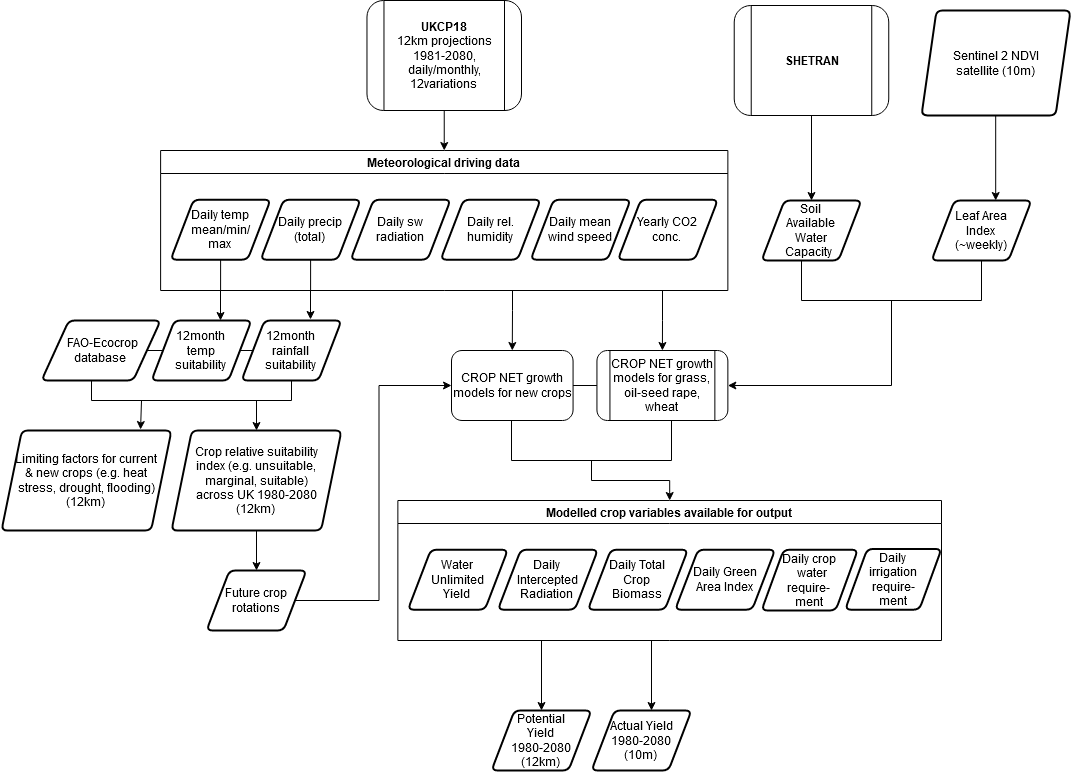
This is cropnet/cropnet.png from OpenCLIM/workflow-diagrams, a draw.io export, as it was before one commit. Source tidied: cells renumbered, new cells last; positions are measured from the earlier drawing's top-left corner, leaving out a move shared by most shapes. Source of this version:
```xml
<mxGraphModel>
  <root>
    <mxCell id="0" />
    <mxCell id="1" parent="0" />
    <mxCell id="2" style="edgeStyle=orthogonalEdgeStyle;rounded=0;jettySize=auto;html=1;entryX=0.5;entryY=0;entryDx=0;entryDy=0;" parent="1" edge="1" source="3" target="10">
      <mxGeometry relative="1" as="geometry">
        <Array as="points">
          <mxPoint x="511" y="310" />
          <mxPoint x="511" y="310" />
        </Array>
      </mxGeometry>
    </mxCell>
    <mxCell id="3" value="Meteorological driving data" style="swimlane;" parent="1" vertex="1">
      <mxGeometry x="159.1" y="150" width="567.3" height="140" as="geometry" />
    </mxCell>
    <mxCell id="4" value="&lt;div&gt;Daily precip&lt;/div&gt;&lt;div&gt;(total)&lt;br&gt;&lt;/div&gt;" style="shape=parallelogram;html=1;strokeWidth=2;perimeter=parallelogramPerimeter;whiteSpace=wrap;rounded=1;arcSize=12;size=0.23;" parent="3" vertex="1">
      <mxGeometry x="100" y="49.2" width="100" height="60" as="geometry" />
    </mxCell>
    <mxCell id="5" value="&lt;div&gt;Daily temp&lt;/div&gt;&lt;div&gt;mean/min/&lt;/div&gt;&lt;div&gt;max&lt;br&gt;&lt;/div&gt;" style="shape=parallelogram;html=1;strokeWidth=2;perimeter=parallelogramPerimeter;whiteSpace=wrap;rounded=1;arcSize=12;size=0.23;" parent="3" vertex="1">
      <mxGeometry x="10" y="49.2" width="100" height="60" as="geometry" />
    </mxCell>
    <mxCell id="6" value="&lt;div&gt;Daily sw&lt;/div&gt;&lt;div&gt;radiation&lt;br&gt;&lt;/div&gt;" style="shape=parallelogram;html=1;strokeWidth=2;perimeter=parallelogramPerimeter;whiteSpace=wrap;rounded=1;arcSize=12;size=0.23;" parent="3" vertex="1">
      <mxGeometry x="190" y="49.2" width="100" height="60" as="geometry" />
    </mxCell>
    <mxCell id="7" value="&lt;div&gt;Daily rel.&lt;/div&gt;&lt;div&gt;humidity&lt;br&gt;&lt;/div&gt;" style="shape=parallelogram;html=1;strokeWidth=2;perimeter=parallelogramPerimeter;whiteSpace=wrap;rounded=1;arcSize=12;size=0.23;" parent="3" vertex="1">
      <mxGeometry x="280" y="49.2" width="100" height="60" as="geometry" />
    </mxCell>
    <mxCell id="8" value="&lt;div&gt;Daily mean&lt;/div&gt;&lt;div&gt;wind speed&lt;br&gt;&lt;/div&gt;" style="shape=parallelogram;html=1;strokeWidth=2;perimeter=parallelogramPerimeter;whiteSpace=wrap;rounded=1;arcSize=12;size=0.23;" parent="3" vertex="1">
      <mxGeometry x="370" y="49.2" width="100" height="60" as="geometry" />
    </mxCell>
    <mxCell id="9" value="&lt;div&gt;Yearly CO2&lt;/div&gt;&lt;div&gt;conc.&lt;br&gt;&lt;/div&gt;" style="shape=parallelogram;html=1;strokeWidth=2;perimeter=parallelogramPerimeter;whiteSpace=wrap;rounded=1;arcSize=12;size=0.23;" parent="3" vertex="1">
      <mxGeometry x="457.3" y="49.2" width="100" height="60" as="geometry" />
    </mxCell>
    <mxCell id="10" value="CROP NET growth models for new crops" style="rounded=1;whiteSpace=wrap;html=1;fontSize=12;glass=0;strokeWidth=1;shadow=0;" parent="1" vertex="1">
      <mxGeometry x="450" y="350" width="121.6" height="70" as="geometry" />
    </mxCell>
    <mxCell id="11" style="edgeStyle=orthogonalEdgeStyle;rounded=0;jettySize=auto;html=1;exitX=0.5;exitY=1;exitDx=0;exitDy=0;entryX=0.5;entryY=0;entryDx=0;entryDy=0;" parent="1" edge="1" source="12" target="3">
      <mxGeometry relative="1" as="geometry" />
    </mxCell>
    <mxCell id="12" value="&lt;div&gt;&lt;b&gt;UKCP18&lt;/b&gt;&lt;/div&gt;&lt;div&gt;12km projections 1981-2080, daily/monthly, 12variations&lt;br&gt;&lt;/div&gt;" style="shape=process;whiteSpace=wrap;html=1;backgroundOutline=1;shadow=0;fontFamily=Helvetica;fontSize=12;fontColor=#000000;align=center;strokeColor=#000000;strokeWidth=1;fillColor=#ffffff;rounded=1;" parent="1" vertex="1">
      <mxGeometry x="365.5" width="154.5" height="110" as="geometry" />
    </mxCell>
    <mxCell id="13" value="&lt;div&gt;12month &lt;br&gt;&lt;/div&gt;&lt;div&gt;temp&lt;/div&gt;&lt;div&gt;suitability&lt;br&gt;&lt;/div&gt;" style="shape=parallelogram;html=1;strokeWidth=2;perimeter=parallelogramPerimeter;whiteSpace=wrap;rounded=1;arcSize=12;size=0.23;" parent="1" vertex="1">
      <mxGeometry x="150" y="320" width="100" height="60" as="geometry" />
    </mxCell>
    <mxCell id="14" value="&lt;div&gt;12month &lt;br&gt;&lt;/div&gt;&lt;div&gt;rainfall&lt;/div&gt;&lt;div&gt;suitability&lt;br&gt;&lt;/div&gt;" style="shape=parallelogram;html=1;strokeWidth=2;perimeter=parallelogramPerimeter;whiteSpace=wrap;rounded=1;arcSize=12;size=0.23;" parent="1" vertex="1">
      <mxGeometry x="240" y="320" width="100" height="60" as="geometry" />
    </mxCell>
    <mxCell id="15" style="edgeStyle=orthogonalEdgeStyle;rounded=0;jettySize=auto;html=1;exitX=0.5;exitY=1;exitDx=0;exitDy=0;entryX=0.69;entryY=0;entryDx=0;entryDy=0;entryPerimeter=0;" parent="1" edge="1" source="5" target="13">
      <mxGeometry relative="1" as="geometry" />
    </mxCell>
    <mxCell id="16" style="edgeStyle=orthogonalEdgeStyle;rounded=0;jettySize=auto;html=1;exitX=0.5;exitY=1;exitDx=0;exitDy=0;entryX=0.69;entryY=-0.017;entryDx=0;entryDy=0;entryPerimeter=0;" parent="1" edge="1" source="4" target="14">
      <mxGeometry relative="1" as="geometry" />
    </mxCell>
    <mxCell id="17" style="edgeStyle=orthogonalEdgeStyle;rounded=0;jettySize=auto;html=1;exitX=0.5;exitY=1;exitDx=0;exitDy=0;entryX=0.5;entryY=0;entryDx=0;entryDy=0;" parent="1" edge="1" source="50" target="21">
      <mxGeometry relative="1" as="geometry" />
    </mxCell>
    <mxCell id="18" value="&lt;div&gt;Limiting factors for current&lt;/div&gt;&lt;div&gt;&amp;amp; new crops (e.g. heat&lt;/div&gt;&lt;div&gt;stress, drought, flooding)&lt;/div&gt;&lt;div&gt;(12km)&lt;br&gt;&lt;/div&gt;" style="shape=parallelogram;html=1;strokeWidth=2;perimeter=parallelogramPerimeter;whiteSpace=wrap;rounded=1;arcSize=12;size=0.12;" parent="1" vertex="1">
      <mxGeometry y="430" width="170" height="100" as="geometry" />
    </mxCell>
    <mxCell id="19" value="&lt;div&gt;&amp;nbsp;FAO-Ecocrop&lt;/div&gt;&lt;div&gt;database&lt;br&gt;&lt;/div&gt;" style="shape=parallelogram;html=1;strokeWidth=2;perimeter=parallelogramPerimeter;whiteSpace=wrap;rounded=1;arcSize=12;size=0.23;" parent="1" vertex="1">
      <mxGeometry x="40" y="320" width="119.1" height="60" as="geometry" />
    </mxCell>
    <mxCell id="20" style="edgeStyle=orthogonalEdgeStyle;rounded=0;jettySize=auto;html=1;exitX=1;exitY=0.5;exitDx=0;exitDy=0;entryX=0;entryY=0.5;entryDx=0;entryDy=0;" parent="1" edge="1" source="21" target="10">
      <mxGeometry relative="1" as="geometry" />
    </mxCell>
    <mxCell id="21" value="&lt;div&gt;Future crop&lt;/div&gt;&lt;div&gt;rotations&lt;br&gt;&lt;/div&gt;" style="shape=parallelogram;html=1;strokeWidth=2;perimeter=parallelogramPerimeter;whiteSpace=wrap;rounded=1;arcSize=12;size=0.23;" parent="1" vertex="1">
      <mxGeometry x="205" y="570" width="100" height="60" as="geometry" />
    </mxCell>
    <mxCell id="22" style="endArrow=none;html=1;entryX=0;entryY=0.5;entryDx=0;entryDy=0;" parent="1" edge="1" source="19" target="13">
      <mxGeometry relative="1" as="geometry" />
    </mxCell>
    <mxCell id="23" style="endArrow=none;html=1;entryX=0;entryY=0.5;entryDx=0;entryDy=0;exitX=1;exitY=0.5;exitDx=0;exitDy=0;" parent="1" edge="1" source="13" target="14">
      <mxGeometry relative="1" as="geometry" />
    </mxCell>
    <mxCell id="24" style="edgeStyle=orthogonalEdgeStyle;rounded=0;jettySize=auto;html=1;exitX=0.83;exitY=1;exitDx=0;exitDy=0;entryX=0.5;entryY=0;entryDx=0;entryDy=0;exitPerimeter=0;" parent="1" edge="1" source="26" target="50">
      <mxGeometry relative="1" as="geometry">
        <Array as="points">
          <mxPoint x="255" y="400" />
        </Array>
      </mxGeometry>
    </mxCell>
    <mxCell id="25" style="edgeStyle=orthogonalEdgeStyle;rounded=0;jettySize=auto;html=1;exitX=0.25;exitY=1;exitDx=0;exitDy=0;entryX=0.818;entryY=-0.01;entryDx=0;entryDy=0;entryPerimeter=0;" parent="1" edge="1" source="26" target="18">
      <mxGeometry relative="1" as="geometry" />
    </mxCell>
    <mxCell id="26" style="shape=partialRectangle;whiteSpace=wrap;html=1;bottom=1;right=1;left=1;top=0;fillColor=none;routingCenterX=-0.5;" parent="1" vertex="1">
      <mxGeometry x="90" y="380" width="200" height="20" as="geometry" />
    </mxCell>
    <mxCell id="27" value="CROP NET growth models for grass, oil-seed rape, wheat" style="shape=process;whiteSpace=wrap;html=1;backgroundOutline=1;shadow=0;fontFamily=Helvetica;fontSize=12;fontColor=#000000;align=center;strokeColor=#000000;strokeWidth=1;fillColor=#ffffff;rounded=1;" parent="1" vertex="1">
      <mxGeometry x="595.4" y="350" width="130.9" height="70" as="geometry" />
    </mxCell>
    <mxCell id="28" style="edgeStyle=orthogonalEdgeStyle;rounded=0;jettySize=auto;html=1;entryX=0.5;entryY=0;entryDx=0;entryDy=0;" parent="1" edge="1" target="27">
      <mxGeometry relative="1" as="geometry">
        <mxPoint x="661" y="290" as="sourcePoint" />
        <Array as="points">
          <mxPoint x="661" y="320" />
          <mxPoint x="661" y="320" />
        </Array>
      </mxGeometry>
    </mxCell>
    <mxCell id="29" style="endArrow=none;html=1;exitX=1;exitY=0.5;exitDx=0;exitDy=0;entryX=0;entryY=0.5;entryDx=0;entryDy=0;" parent="1" edge="1" source="10" target="27">
      <mxGeometry relative="1" as="geometry" />
    </mxCell>
    <mxCell id="30" style="edgeStyle=orthogonalEdgeStyle;rounded=0;jettySize=auto;html=1;exitX=0.5;exitY=1;exitDx=0;exitDy=0;entryX=0.5;entryY=0;entryDx=0;entryDy=0;" parent="1" edge="1" source="31" target="33">
      <mxGeometry relative="1" as="geometry" />
    </mxCell>
    <mxCell id="31" style="shape=partialRectangle;whiteSpace=wrap;html=1;bottom=1;right=1;left=1;top=0;fillColor=none;routingCenterX=-0.5;" parent="1" vertex="1">
      <mxGeometry x="510" y="420" width="160" height="40" as="geometry" />
    </mxCell>
    <mxCell id="32" style="edgeStyle=orthogonalEdgeStyle;rounded=0;jettySize=auto;html=1;entryX=0.5;entryY=0;entryDx=0;entryDy=0;" parent="1" edge="1" target="39">
      <mxGeometry relative="1" as="geometry">
        <mxPoint x="540" y="640" as="sourcePoint" />
      </mxGeometry>
    </mxCell>
    <mxCell id="33" value="Modelled crop variables available for output" style="swimlane;" parent="1" vertex="1">
      <mxGeometry x="396.4" y="500" width="543.6" height="140" as="geometry" />
    </mxCell>
    <mxCell id="34" value="&lt;div&gt;Water&lt;/div&gt;&lt;div&gt;Unlimited&lt;/div&gt;&lt;div&gt;Yield&lt;br&gt;&lt;/div&gt;" style="shape=parallelogram;html=1;strokeWidth=2;perimeter=parallelogramPerimeter;whiteSpace=wrap;rounded=1;arcSize=12;size=0.23;" parent="33" vertex="1">
      <mxGeometry x="10" y="49.2" width="100" height="60" as="geometry" />
    </mxCell>
    <mxCell id="35" value="&lt;div&gt;Daily &lt;br&gt;&lt;/div&gt;&lt;div&gt;Intercepted&lt;/div&gt;&lt;div&gt;Radiation&lt;br&gt;&lt;/div&gt;" style="shape=parallelogram;html=1;strokeWidth=2;perimeter=parallelogramPerimeter;whiteSpace=wrap;rounded=1;arcSize=12;size=0.23;" parent="33" vertex="1">
      <mxGeometry x="100" y="49.2" width="100" height="60" as="geometry" />
    </mxCell>
    <mxCell id="36" value="&lt;div&gt;Daily Total&lt;/div&gt;&lt;div&gt;Crop &lt;br&gt;&lt;/div&gt;&lt;div&gt;Biomass&lt;br&gt;&lt;/div&gt;" style="shape=parallelogram;html=1;strokeWidth=2;perimeter=parallelogramPerimeter;whiteSpace=wrap;rounded=1;arcSize=12;size=0.23;" parent="33" vertex="1">
      <mxGeometry x="190" y="49.2" width="100" height="60" as="geometry" />
    </mxCell>
    <mxCell id="37" value="&lt;div&gt;Daily crop &lt;br&gt;&lt;/div&gt;&lt;div&gt;&amp;nbsp; water &lt;br&gt;&lt;/div&gt;&lt;div&gt;require-&lt;/div&gt;&lt;div&gt;ment&lt;/div&gt;" style="shape=parallelogram;html=1;strokeWidth=2;perimeter=parallelogramPerimeter;whiteSpace=wrap;rounded=1;arcSize=12;size=0.23;" parent="33" vertex="1">
      <mxGeometry x="363.6" y="49.2" width="96.4" height="60.8" as="geometry" />
    </mxCell>
    <mxCell id="38" value="&lt;div&gt;Daily &lt;br&gt;&lt;/div&gt;&lt;div&gt;irrigation&lt;/div&gt;&lt;div&gt;require-&lt;/div&gt;&lt;div&gt;ment&lt;/div&gt;" style="shape=parallelogram;html=1;strokeWidth=2;perimeter=parallelogramPerimeter;whiteSpace=wrap;rounded=1;arcSize=12;size=0.23;" parent="33" vertex="1">
      <mxGeometry x="447.3" y="48.4" width="96.4" height="60.8" as="geometry" />
    </mxCell>
    <mxCell id="39" value="&lt;div&gt;Potential&lt;/div&gt;&lt;div&gt;Yield&lt;/div&gt;&lt;div&gt;1980-2080&lt;br&gt;&lt;/div&gt;&lt;div&gt; (12km)&lt;/div&gt;" style="shape=parallelogram;html=1;strokeWidth=2;perimeter=parallelogramPerimeter;whiteSpace=wrap;rounded=1;arcSize=12;size=0.23;" parent="1" vertex="1">
      <mxGeometry x="490" y="710" width="100" height="60" as="geometry" />
    </mxCell>
    <mxCell id="40" value="&lt;div&gt;Actual Yield&lt;/div&gt;&lt;div&gt;1980-2080&lt;br&gt;&lt;/div&gt;&lt;div&gt;(10m)&lt;br&gt;&lt;/div&gt;" style="shape=parallelogram;html=1;strokeWidth=2;perimeter=parallelogramPerimeter;whiteSpace=wrap;rounded=1;arcSize=12;size=0.23;" parent="1" vertex="1">
      <mxGeometry x="590" y="710" width="100" height="60" as="geometry" />
    </mxCell>
    <mxCell id="41" style="edgeStyle=orthogonalEdgeStyle;rounded=0;orthogonalLoop=1;jettySize=auto;html=1;entryX=0.5;entryY=0;entryDx=0;entryDy=0;" parent="1" edge="1">
      <mxGeometry relative="1" as="geometry">
        <mxPoint x="650" y="640" as="sourcePoint" />
        <mxPoint x="650" y="710" as="targetPoint" />
      </mxGeometry>
    </mxCell>
    <mxCell id="42" style="edgeStyle=orthogonalEdgeStyle;rounded=0;jettySize=auto;html=1;" parent="1" edge="1" source="43" target="45">
      <mxGeometry relative="1" as="geometry" />
    </mxCell>
    <mxCell id="43" value="&lt;div&gt;&lt;b&gt;SHETRAN&lt;br&gt;&lt;/b&gt;&lt;/div&gt;" style="shape=process;whiteSpace=wrap;html=1;backgroundOutline=1;shadow=0;fontFamily=Helvetica;fontSize=12;fontColor=#000000;align=center;strokeColor=#000000;strokeWidth=1;fillColor=#ffffff;rounded=1;" parent="1" vertex="1">
      <mxGeometry x="732.7" y="5" width="154.5" height="110" as="geometry" />
    </mxCell>
    <mxCell id="44" value="&lt;div&gt;Sentinel 2 NDVI&lt;/div&gt;&lt;div&gt;satellite (10m)&lt;br&gt;&lt;/div&gt;" style="shape=parallelogram;html=1;strokeWidth=2;perimeter=parallelogramPerimeter;whiteSpace=wrap;rounded=1;arcSize=12;size=0.10062386798148636;" parent="1" vertex="1">
      <mxGeometry x="920" y="10" width="149.1" height="105" as="geometry" />
    </mxCell>
    <mxCell id="45" value="&lt;div&gt;Soil &lt;br&gt;&lt;/div&gt;&lt;div&gt; Available &lt;br&gt;&lt;/div&gt;&lt;div&gt;Water &lt;br&gt;&lt;/div&gt;&lt;div&gt;&amp;nbsp;&amp;nbsp; Capacity&amp;nbsp;&amp;nbsp;&amp;nbsp;&amp;nbsp;&amp;nbsp; &lt;/div&gt;" style="shape=parallelogram;html=1;strokeWidth=2;perimeter=parallelogramPerimeter;whiteSpace=wrap;rounded=1;arcSize=12;size=0.23;" parent="1" vertex="1">
      <mxGeometry x="760" y="200" width="100" height="60" as="geometry" />
    </mxCell>
    <mxCell id="46" value="&lt;div&gt;Leaf Area&lt;/div&gt;&lt;div&gt;Index &lt;br&gt;&lt;/div&gt;&lt;div&gt;(~weekly)&lt;br&gt;&lt;/div&gt;" style="shape=parallelogram;html=1;strokeWidth=2;perimeter=parallelogramPerimeter;whiteSpace=wrap;rounded=1;arcSize=12;size=0.23;" parent="1" vertex="1">
      <mxGeometry x="930" y="200" width="100" height="60" as="geometry" />
    </mxCell>
    <mxCell id="47" style="edgeStyle=orthogonalEdgeStyle;rounded=0;orthogonalLoop=1;jettySize=auto;html=1;" parent="1" edge="1">
      <mxGeometry relative="1" as="geometry">
        <mxPoint x="994.2" y="115" as="sourcePoint" />
        <mxPoint x="994.2" y="200" as="targetPoint" />
      </mxGeometry>
    </mxCell>
    <mxCell id="48" style="edgeStyle=orthogonalEdgeStyle;rounded=0;jettySize=auto;html=1;exitX=0.5;exitY=1;exitDx=0;exitDy=0;entryX=1;entryY=0.5;entryDx=0;entryDy=0;" parent="1" edge="1" source="49" target="27">
      <mxGeometry relative="1" as="geometry" />
    </mxCell>
    <mxCell id="49" style="shape=partialRectangle;whiteSpace=wrap;html=1;bottom=1;right=1;left=1;top=0;fillColor=none;routingCenterX=-0.5;" parent="1" vertex="1">
      <mxGeometry x="800" y="260" width="180" height="40" as="geometry" />
    </mxCell>
    <mxCell id="50" value="&lt;div&gt;Crop relative suitability&lt;/div&gt;&lt;div&gt;index (e.g. unsuitable,&lt;/div&gt;&lt;div&gt;marginal, suitable)&lt;/div&gt;&lt;div&gt; across UK 1980-2080&lt;/div&gt;&lt;div&gt;(12km)&lt;br&gt;&lt;/div&gt;" style="shape=parallelogram;html=1;strokeWidth=2;perimeter=parallelogramPerimeter;whiteSpace=wrap;rounded=1;arcSize=12;size=0.12;" parent="1" vertex="1">
      <mxGeometry x="170" y="430" width="170" height="100" as="geometry" />
    </mxCell>
    <mxCell id="51" value="&lt;div&gt;Daily Green&lt;/div&gt;&lt;div&gt;Area Index&lt;br&gt;&lt;/div&gt;" style="shape=parallelogram;html=1;strokeWidth=2;perimeter=parallelogramPerimeter;whiteSpace=wrap;rounded=1;arcSize=12;size=0.23;" parent="1" vertex="1">
      <mxGeometry x="673.6" y="549.2" width="100" height="60" as="geometry" />
    </mxCell>
  </root>
</mxGraphModel>
```
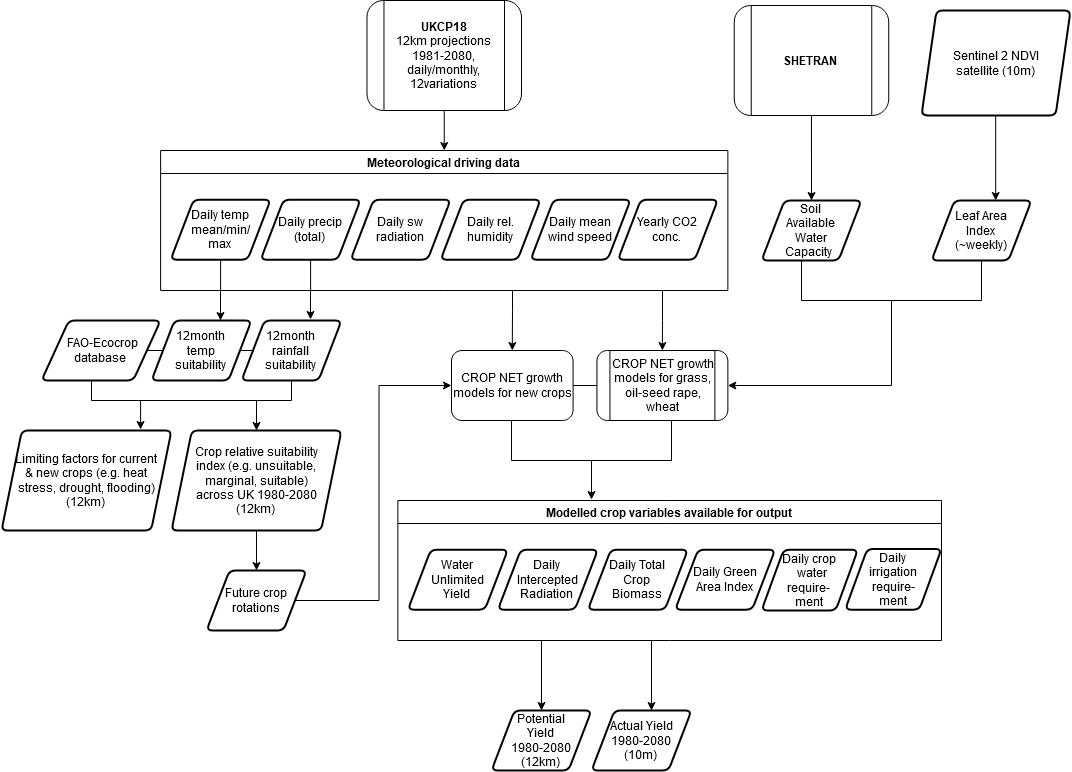
The same diagram one commit later.

Diff of the diagram source:
```diff
@@ -101,9 +101,11 @@
     <mxCell id="29" style="endArrow=none;html=1;exitX=1;exitY=0.5;exitDx=0;exitDy=0;entryX=0;entryY=0.5;entryDx=0;entryDy=0;" parent="1" edge="1" source="10" target="27">
       <mxGeometry relative="1" as="geometry" />
     </mxCell>
-    <mxCell id="30" style="edgeStyle=orthogonalEdgeStyle;rounded=0;jettySize=auto;html=1;exitX=0.5;exitY=1;exitDx=0;exitDy=0;entryX=0.5;entryY=0;entryDx=0;entryDy=0;" parent="1" edge="1" source="31" target="33">
-      <mxGeometry relative="1" as="geometry" />
-    </mxCell>
+    <mxCell id="52" style="edgeStyle=orthogonalEdgeStyle;rounded=0;jettySize=auto;html=1;exitX=0.5;exitY=1;exitDx=0;exitDy=0;" parent="1" edge="1" source="31">
+      <mxGeometry relative="1" as="geometry">
+        <mxPoint x="590" y="499" as="targetPoint" />
+      </mxGeometry>
+    </mxCell>
     <mxCell id="31" style="shape=partialRectangle;whiteSpace=wrap;html=1;bottom=1;right=1;left=1;top=0;fillColor=none;routingCenterX=-0.5;" parent="1" vertex="1">
       <mxGeometry x="510" y="420" width="160" height="40" as="geometry" />
     </mxCell>
```
